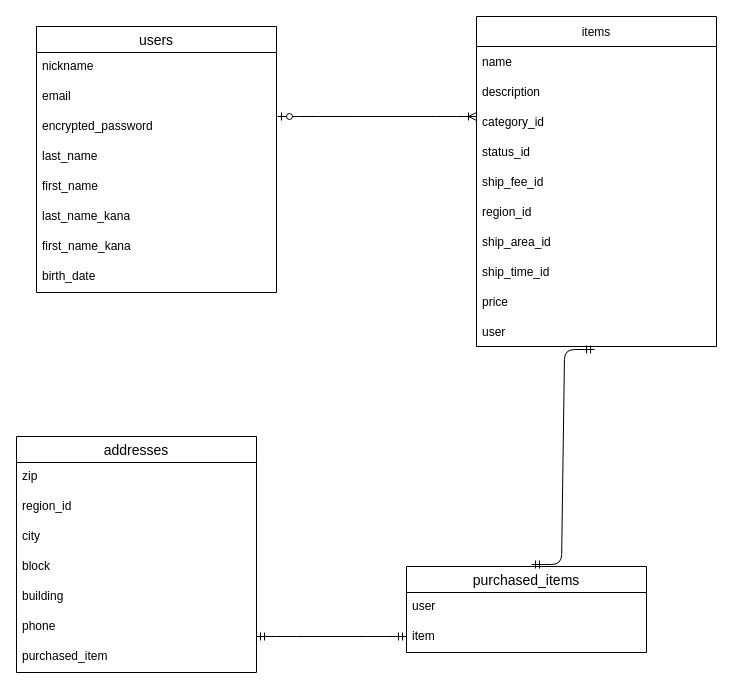
Earlier version of the draw.io diagram project.dio (akari1017/furima-37484). Source tidied: cells renumbered, new cells numbered last; positions are measured from the earlier drawing's top-left corner, leaving out a move shared by most shapes. Both pictures are drawn from the tidied source at 100%, with x=0, y=0 at pixel (16, 16).
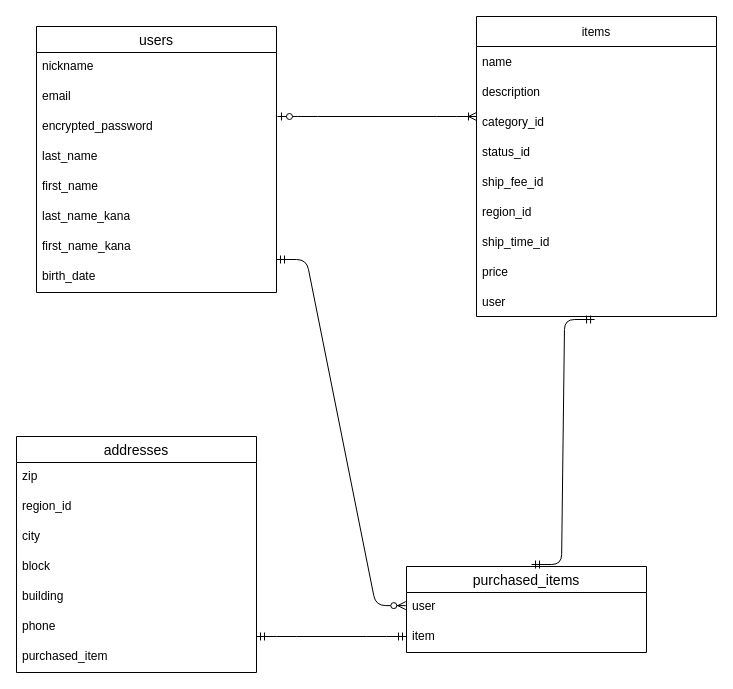
The same page after the edit.

Commit message (it also covers changes not shown here):
データベース設計(修正6)

The change refers to these unchanged cells:
```xml
<mxCell id="32" value="user" style="text;strokeColor=none;fillColor=none;spacingLeft=4;spacingRight=4;overflow=hidden;points=[[0,0.5],[1,0.5]];portConstraint=eastwest;fontSize=12;" parent="31" vertex="1">
  <mxGeometry y="26" width="240" height="30" as="geometry" />
</mxCell>
```

The edit, as a diff of the source:
```diff
@@
     <mxCell id="12" value="items" style="swimlane;fontStyle=0;horizontal=1;startSize=30;gradientColor=none;" parent="1" vertex="1">
-      <mxGeometry x="460" width="240" height="330" as="geometry" />
+      <mxGeometry x="460" width="240" height="300" as="geometry" />
     </mxCell>
@@
-    <mxCell id="19" value="ship_area_id" style="text;strokeColor=none;fillColor=none;align=left;verticalAlign=middle;spacingLeft=4;spacingRight=4;overflow=hidden;" parent="12" vertex="1">
-      <mxGeometry y="210" width="240" height="30" as="geometry" />
-    </mxCell>
     <mxCell id="20" value="ship_time_id" style="text;strokeColor=none;fillColor=none;align=left;verticalAlign=middle;spacingLeft=4;spacingRight=4;overflow=hidden;" parent="12" vertex="1">
-      <mxGeometry y="240" width="240" height="30" as="geometry" />
+      <mxGeometry y="210" width="240" height="30" as="geometry" />
     </mxCell>
     <mxCell id="21" value="price" style="text;strokeColor=none;fillColor=none;align=left;verticalAlign=middle;spacingLeft=4;spacingRight=4;overflow=hidden;" parent="12" vertex="1">
-      <mxGeometry y="270" width="240" height="30" as="geometry" />
+      <mxGeometry y="240" width="240" height="30" as="geometry" />
     </mxCell>
     <mxCell id="22" value="user" style="text;strokeColor=none;fillColor=none;align=left;verticalAlign=middle;spacingLeft=4;spacingRight=4;overflow=hidden;points=[[0,0.5],[1,0.5]];portConstraint=eastwest;" parent="12" vertex="1">
-      <mxGeometry y="300" width="240" height="30" as="geometry" />
+      <mxGeometry y="270" width="240" height="30" as="geometry" />
     </mxCell>
@@
+    <mxCell id="37" style="edgeStyle=entityRelationEdgeStyle;fontSize=12;html=1;endArrow=ERzeroToMany;startArrow=ERmandOne;targetPerimeterSpacing=-1;strokeWidth=1;entryX=-0.003;entryY=0.437;entryDx=0;entryDy=0;entryPerimeter=0;" parent="1" edge="1" target="32">
+      <mxGeometry relative="1" as="geometry">
+        <mxPoint x="260" y="243" as="sourcePoint" />
+      </mxGeometry>
+    </mxCell>
```
